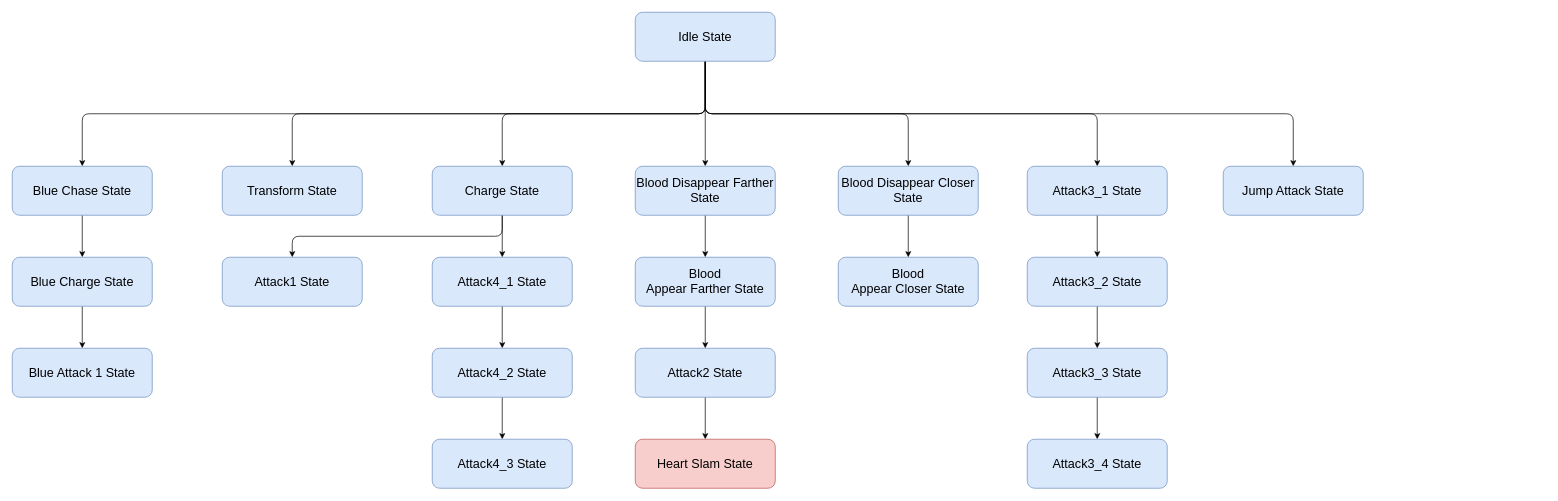
Earlier version of the draw.io diagram Readme/State Machine Diagram/Blood King State Machine Diagram.drawio (zsl2021533013/The-Letteror). Source tidied: cells renumbered, new cells numbered last; positions are measured from the earlier drawing's top-left corner, leaving out a move shared by most shapes. Both pictures are drawn from the tidied source at 70%, with x=0, y=0 at pixel (12, 12).
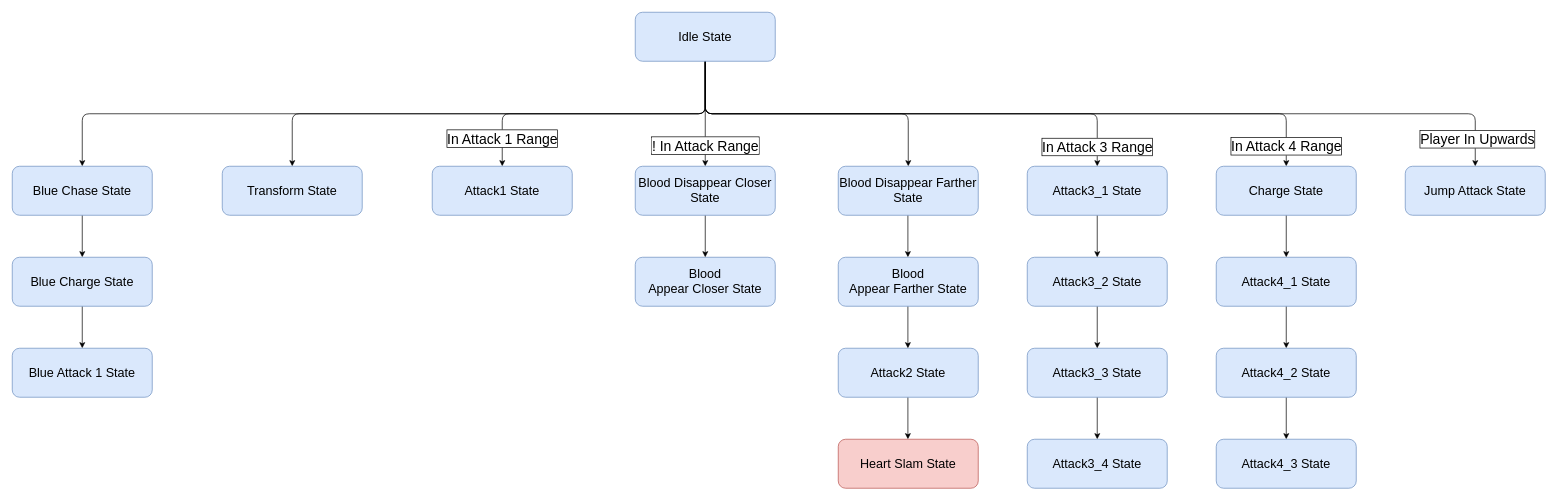
The same page after the edit.

Unchanged cells that the change refers to:
```xml
<mxCell id="8" style="edgeStyle=orthogonalEdgeStyle;rounded=1;jettySize=auto;html=1;exitX=0.5;exitY=1;exitDx=0;exitDy=0;" parent="1" edge="1" source="9" target="19">
  <mxGeometry relative="1" as="geometry" />
</mxCell>
<mxCell id="9" value="&lt;span style=&quot;font-size: 18px;&quot;&gt;Idle State&lt;br&gt;&lt;/span&gt;" style="rounded=1;whiteSpace=wrap;html=1;fillColor=#dae8fc;strokeColor=#6c8ebf;" parent="1" vertex="1">
  <mxGeometry x="890" width="200" height="70" as="geometry" />
</mxCell>
<mxCell id="13" value="&lt;span style=&quot;font-size: 18px;&quot;&gt;Attack3_1 State&lt;/span&gt;&lt;span style=&quot;font-size: 18px;&quot;&gt;&lt;br&gt;&lt;/span&gt;" style="rounded=1;whiteSpace=wrap;html=1;fillColor=#dae8fc;strokeColor=#6c8ebf;" parent="1" vertex="1">
  <mxGeometry x="1450" y="220" width="200" height="70" as="geometry" />
</mxCell>
```

What changed in the source:
```diff
@@
-    <mxCell id="2" style="edgeStyle=orthogonalEdgeStyle;rounded=1;jumpStyle=arc;jettySize=auto;html=1;exitX=0.5;exitY=1;exitDx=0;exitDy=0;entryX=0.5;entryY=0;entryDx=0;entryDy=0;fontSize=20;" parent="1" edge="1" source="9" target="18">
-      <mxGeometry relative="1" as="geometry" />
+    <mxCell id="2" value="In Attack 4 Range" style="edgeStyle=orthogonalEdgeStyle;rounded=1;jumpStyle=arc;jettySize=auto;html=1;exitX=0.5;exitY=1;exitDx=0;exitDy=0;entryX=0.5;entryY=0;entryDx=0;entryDy=0;fontSize=20;labelBorderColor=default;" parent="1" edge="1" source="9" target="18">
+      <mxGeometry x="0.94" relative="1" as="geometry" />
     </mxCell>
-    <mxCell id="3" style="edgeStyle=orthogonalEdgeStyle;rounded=1;jumpStyle=arc;jettySize=auto;html=1;exitX=0.5;exitY=1;exitDx=0;exitDy=0;entryX=0.5;entryY=0;entryDx=0;entryDy=0;" parent="1" edge="1" source="9" target="23">
-      <mxGeometry relative="1" as="geometry" />
+    <mxCell id="3" style="edgeStyle=orthogonalEdgeStyle;rounded=1;jumpStyle=arc;jettySize=auto;html=1;exitX=0.5;exitY=1;exitDx=0;exitDy=0;entryX=0.5;entryY=0;entryDx=0;entryDy=0;labelBorderColor=default;fontSize=20;" parent="1" edge="1" source="9" target="23">
+      <mxGeometry x="0.86" relative="1" as="geometry" />
     </mxCell>
@@
-    <mxCell id="6" style="edgeStyle=orthogonalEdgeStyle;jettySize=auto;html=1;exitX=0.5;exitY=1;exitDx=0;exitDy=0;entryX=0.5;entryY=0;entryDx=0;entryDy=0;rounded=1;" parent="1" edge="1" source="9" target="34">
-      <mxGeometry relative="1" as="geometry" />
+    <mxCell id="6" value="&lt;font style=&quot;font-size: 20px;&quot;&gt;&lt;span style=&quot;color: rgb(0, 0, 0); font-family: Helvetica; font-style: normal; font-variant-ligatures: normal; font-variant-caps: normal; font-weight: 400; letter-spacing: normal; orphans: 2; text-align: center; text-indent: 0px; text-transform: none; widows: 2; word-spacing: 0px; -webkit-text-stroke-width: 0px; background-color: rgb(255, 255, 255); text-decoration-thickness: initial; text-decoration-style: initial; text-decoration-color: initial; float: none; display: inline !important;&quot;&gt;! In Attack Range&lt;/span&gt;&lt;br&gt;&lt;/font&gt;" style="edgeStyle=orthogonalEdgeStyle;jettySize=auto;html=1;exitX=0.5;exitY=1;exitDx=0;exitDy=0;entryX=0.5;entryY=0;entryDx=0;entryDy=0;rounded=1;labelBorderColor=default;" parent="1" edge="1" source="9" target="34">
+      <mxGeometry x="0.6" relative="1" as="geometry" />
     </mxCell>
-    <mxCell id="7" style="edgeStyle=orthogonalEdgeStyle;rounded=1;jettySize=auto;html=1;exitX=0.5;exitY=1;exitDx=0;exitDy=0;entryX=0.5;entryY=0;entryDx=0;entryDy=0;" parent="1" edge="1" source="9" target="13">
-      <mxGeometry relative="1" as="geometry" />
+    <mxCell id="7" value="In Attack 3 Range" style="edgeStyle=orthogonalEdgeStyle;rounded=1;jettySize=auto;html=1;exitX=0.5;exitY=1;exitDx=0;exitDy=0;entryX=0.5;entryY=0;entryDx=0;entryDy=0;labelBorderColor=default;fontSize=20;" parent="1" edge="1" source="9" target="13">
+      <mxGeometry x="0.92" relative="1" as="geometry" />
     </mxCell>
@@
+    <mxCell id="43" value="Player In Upwards" style="edgeLabel;html=1;align=center;verticalAlign=middle;fontSize=20;labelBorderColor=default;" parent="8" vertex="1">
+      <mxGeometry x="0.59" relative="1" as="geometry">
+        <mxPoint x="183" y="35" as="offset" />
+      </mxGeometry>
+    </mxCell>
+    <mxCell id="44" value="In Attack 1 Range" style="edgeStyle=orthogonalEdgeStyle;rounded=1;jettySize=auto;html=1;exitX=0.5;exitY=1;exitDx=0;exitDy=0;entryX=0.5;entryY=0;entryDx=0;entryDy=0;labelBorderColor=default;fontSize=20;" parent="1" edge="1" source="9" target="20">
+      <mxGeometry x="0.82" relative="1" as="geometry" />
+    </mxCell>
@@
     <mxCell id="11" value="&lt;span style=&quot;font-size: 18px;&quot;&gt;Attack4_1 State&lt;/span&gt;&lt;span style=&quot;font-size: 18px;&quot;&gt;&lt;br&gt;&lt;/span&gt;" style="rounded=1;whiteSpace=wrap;html=1;fillColor=#dae8fc;strokeColor=#6c8ebf;" parent="1" vertex="1">
-      <mxGeometry x="600" y="350" width="200" height="70" as="geometry" />
+      <mxGeometry x="1720" y="350" width="200" height="70" as="geometry" />
     </mxCell>
@@
-    <mxCell id="14" style="edgeStyle=orthogonalEdgeStyle;rounded=1;jumpStyle=arc;jettySize=auto;html=1;exitX=0.5;exitY=1;exitDx=0;exitDy=0;entryX=0.5;entryY=0;entryDx=0;entryDy=0;fontSize=20;" parent="1" edge="1" source="15" target="21">
-      <mxGeometry relative="1" as="geometry" />
+    <mxCell id="14" style="edgeStyle=orthogonalEdgeStyle;rounded=1;jumpStyle=arc;orthogonalLoop=1;jettySize=auto;html=1;exitX=0.5;exitY=1;exitDx=0;exitDy=0;entryX=0.5;entryY=0;entryDx=0;entryDy=0;fontSize=20;" parent="1" edge="1">
+      <mxGeometry relative="1" as="geometry">
+        <mxPoint x="1279.5" y="550" as="sourcePoint" />
+        <mxPoint x="1279.5" y="610" as="targetPoint" />
+      </mxGeometry>
     </mxCell>
     <mxCell id="15" value="&lt;span style=&quot;font-size: 18px;&quot;&gt;Attack2 State&lt;/span&gt;&lt;span style=&quot;font-size: 18px;&quot;&gt;&lt;br&gt;&lt;/span&gt;" style="rounded=1;whiteSpace=wrap;html=1;fillColor=#dae8fc;strokeColor=#6c8ebf;" parent="1" vertex="1">
-      <mxGeometry x="890" y="480" width="200" height="70" as="geometry" />
+      <mxGeometry x="1180" y="480" width="200" height="70" as="geometry" />
     </mxCell>
-    <mxCell id="16" style="edgeStyle=orthogonalEdgeStyle;rounded=1;jumpStyle=arc;jettySize=auto;html=1;exitX=0.5;exitY=1;exitDx=0;exitDy=0;entryX=0.5;entryY=0;entryDx=0;entryDy=0;fontSize=20;" parent="1" edge="1" source="18" target="20">
-      <mxGeometry relative="1" as="geometry" />
-    </mxCell>
@@
     <mxCell id="18" value="&lt;span style=&quot;font-size: 18px;&quot;&gt;Charge State&lt;br&gt;&lt;/span&gt;" style="rounded=1;whiteSpace=wrap;html=1;fillColor=#dae8fc;strokeColor=#6c8ebf;" parent="1" vertex="1">
-      <mxGeometry x="600" y="220" width="200" height="70" as="geometry" />
+      <mxGeometry x="1720" y="220" width="200" height="70" as="geometry" />
     </mxCell>
     <mxCell id="19" value="&lt;span style=&quot;font-size: 18px;&quot;&gt;Jump Attack State&lt;/span&gt;&lt;span style=&quot;font-size: 18px;&quot;&gt;&lt;br&gt;&lt;/span&gt;" style="rounded=1;whiteSpace=wrap;html=1;fillColor=#dae8fc;strokeColor=#6c8ebf;" parent="1" vertex="1">
-      <mxGeometry x="1730" y="220" width="200" height="70" as="geometry" />
+      <mxGeometry x="1990" y="220" width="200" height="70" as="geometry" />
     </mxCell>
-    <mxCell id="20" value="&lt;span style=&quot;font-size: 18px;&quot;&gt;Attack1 State&lt;br&gt;&lt;/span&gt;" style="rounded=1;whiteSpace=wrap;html=1;fillColor=#dae8fc;strokeColor=#6c8ebf;" parent="1" vertex="1">
-      <mxGeometry x="300" y="350" width="200" height="70" as="geometry" />
-    </mxCell>
     <mxCell id="21" value="&lt;span style=&quot;font-size: 18px;&quot;&gt;Heart Slam State&lt;/span&gt;&lt;span style=&quot;font-size: 18px;&quot;&gt;&lt;br&gt;&lt;/span&gt;" style="rounded=1;whiteSpace=wrap;html=1;fillColor=#f8cecc;strokeColor=#b85450;" parent="1" vertex="1">
-      <mxGeometry x="890" y="610" width="200" height="70" as="geometry" />
+      <mxGeometry x="1180" y="610" width="200" height="70" as="geometry" />
     </mxCell>
-    <mxCell id="22" style="edgeStyle=orthogonalEdgeStyle;rounded=1;jumpStyle=arc;jettySize=auto;html=1;exitX=0.5;exitY=1;exitDx=0;exitDy=0;entryX=0.5;entryY=0;entryDx=0;entryDy=0;fontSize=20;" parent="1" edge="1" source="23" target="25">
-      <mxGeometry relative="1" as="geometry" />
+    <mxCell id="22" style="edgeStyle=orthogonalEdgeStyle;rounded=1;jumpStyle=arc;orthogonalLoop=1;jettySize=auto;html=1;exitX=0.5;exitY=1;exitDx=0;exitDy=0;entryX=0.5;entryY=0;entryDx=0;entryDy=0;fontSize=20;" parent="1" edge="1">
+      <mxGeometry relative="1" as="geometry">
+        <mxPoint x="1279.5" y="290" as="sourcePoint" />
+        <mxPoint x="1279.5" y="350" as="targetPoint" />
+      </mxGeometry>
     </mxCell>
     <mxCell id="23" value="&lt;span style=&quot;font-size: 18px;&quot;&gt;Blood Disappear Farther State&lt;br&gt;&lt;/span&gt;" style="rounded=1;whiteSpace=wrap;html=1;fillColor=#dae8fc;strokeColor=#6c8ebf;" parent="1" vertex="1">
-      <mxGeometry x="890" y="220" width="200" height="70" as="geometry" />
+      <mxGeometry x="1180" y="220" width="200" height="70" as="geometry" />
     </mxCell>
-    <mxCell id="24" style="edgeStyle=orthogonalEdgeStyle;rounded=1;jumpStyle=arc;jettySize=auto;html=1;exitX=0.5;exitY=1;exitDx=0;exitDy=0;entryX=0.5;entryY=0;entryDx=0;entryDy=0;fontSize=20;" parent="1" edge="1" source="25" target="15">
-      <mxGeometry relative="1" as="geometry" />
+    <mxCell id="24" style="edgeStyle=orthogonalEdgeStyle;rounded=1;jumpStyle=arc;orthogonalLoop=1;jettySize=auto;html=1;exitX=0.5;exitY=1;exitDx=0;exitDy=0;entryX=0.5;entryY=0;entryDx=0;entryDy=0;fontSize=20;" parent="1" edge="1">
+      <mxGeometry relative="1" as="geometry">
+        <mxPoint x="1279.5" y="420" as="sourcePoint" />
+        <mxPoint x="1279.5" y="480" as="targetPoint" />
+      </mxGeometry>
     </mxCell>
     <mxCell id="25" value="&lt;span style=&quot;font-size: 18px;&quot;&gt;Blood Appear&amp;nbsp;&lt;/span&gt;&lt;span style=&quot;font-size: 18px;&quot;&gt;Farther&amp;nbsp;&lt;/span&gt;&lt;span style=&quot;font-size: 18px;&quot;&gt;State&lt;br&gt;&lt;/span&gt;" style="rounded=1;whiteSpace=wrap;html=1;fillColor=#dae8fc;strokeColor=#6c8ebf;" parent="1" vertex="1">
-      <mxGeometry x="890" y="350" width="200" height="70" as="geometry" />
+      <mxGeometry x="1180" y="350" width="200" height="70" as="geometry" />
     </mxCell>
     <mxCell id="26" value="&lt;span style=&quot;font-size: 18px;&quot;&gt;Blood Appear&amp;nbsp;&lt;/span&gt;&lt;span style=&quot;font-size: 18px;&quot;&gt;Closer&amp;nbsp;&lt;/span&gt;&lt;span style=&quot;font-size: 18px;&quot;&gt;State&lt;/span&gt;&lt;span style=&quot;font-size: 18px;&quot;&gt;&lt;br&gt;&lt;/span&gt;" style="rounded=1;whiteSpace=wrap;html=1;fillColor=#dae8fc;strokeColor=#6c8ebf;" parent="1" vertex="1">
-      <mxGeometry x="1180" y="350" width="200" height="70" as="geometry" />
+      <mxGeometry x="890" y="350" width="200" height="70" as="geometry" />
     </mxCell>
@@
     <mxCell id="34" value="&lt;span style=&quot;font-size: 18px;&quot;&gt;Blood Disappear Closer State&lt;/span&gt;&lt;span style=&quot;font-size: 18px;&quot;&gt;&lt;br&gt;&lt;/span&gt;" style="rounded=1;whiteSpace=wrap;html=1;fillColor=#dae8fc;strokeColor=#6c8ebf;" parent="1" vertex="1">
-      <mxGeometry x="1180" y="220" width="200" height="70" as="geometry" />
+      <mxGeometry x="890" y="220" width="200" height="70" as="geometry" />
     </mxCell>
@@
     <mxCell id="41" value="&lt;span style=&quot;font-size: 18px;&quot;&gt;Attack4_2 State&lt;/span&gt;&lt;span style=&quot;font-size: 18px;&quot;&gt;&lt;br&gt;&lt;/span&gt;" style="rounded=1;whiteSpace=wrap;html=1;fillColor=#dae8fc;strokeColor=#6c8ebf;" parent="1" vertex="1">
-      <mxGeometry x="600" y="480" width="200" height="70" as="geometry" />
+      <mxGeometry x="1720" y="480" width="200" height="70" as="geometry" />
     </mxCell>
     <mxCell id="42" value="&lt;span style=&quot;font-size: 18px;&quot;&gt;Attack4_3 State&lt;/span&gt;&lt;span style=&quot;font-size: 18px;&quot;&gt;&lt;br&gt;&lt;/span&gt;" style="rounded=1;whiteSpace=wrap;html=1;fillColor=#dae8fc;strokeColor=#6c8ebf;" parent="1" vertex="1">
-      <mxGeometry x="600" y="610" width="200" height="70" as="geometry" />
+      <mxGeometry x="1720" y="610" width="200" height="70" as="geometry" />
     </mxCell>
+    <mxCell id="20" value="&lt;span style=&quot;font-size: 18px;&quot;&gt;Attack1 State&lt;br&gt;&lt;/span&gt;" style="rounded=1;whiteSpace=wrap;html=1;fillColor=#dae8fc;strokeColor=#6c8ebf;" parent="1" vertex="1">
+      <mxGeometry x="600" y="220" width="200" height="70" as="geometry" />
+    </mxCell>
```
